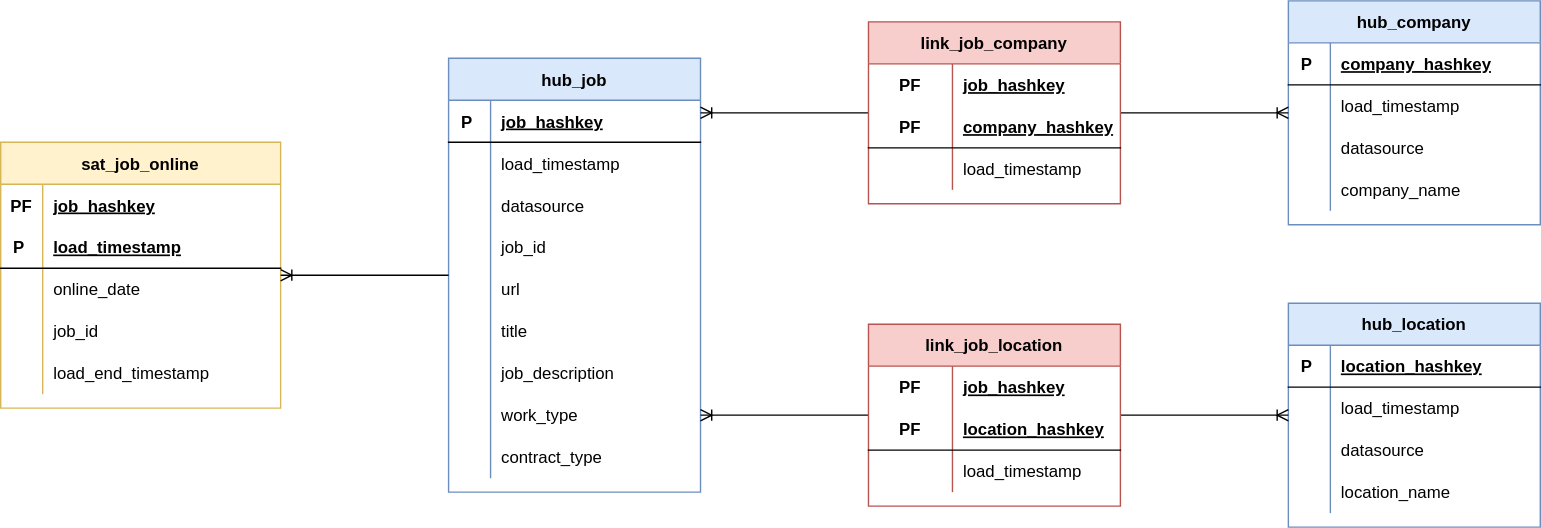
The draw.io diagram doc/data-vault-model.drawio.svg in petracarrion/job-market-analytics, before a commit. Source tidied: cells renumbered, new cells last; positions are measured from the earlier drawing's top-left corner, leaving out a move shared by most shapes.
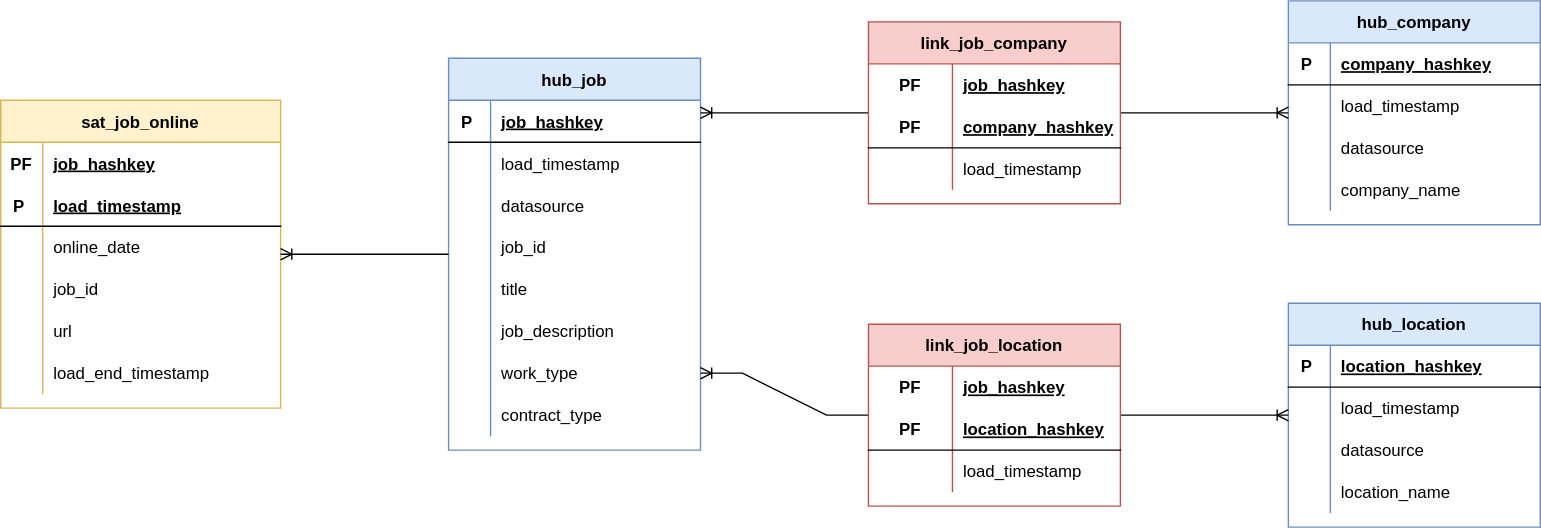
Above is the later version.

The edit, as a diff of the source:
```diff
@@ -3,7 +3,7 @@
     <mxCell id="0" />
     <mxCell id="1" parent="0" />
     <mxCell id="2" value="sat_job_online" style="shape=table;startSize=30;rowLines=0;fontStyle=1;align=center;fillColor=#FFF2CC;strokeColor=#d6b656;swimlaneFillColor=#ffffff;" parent="1" vertex="1">
-      <mxGeometry y="101" width="200" height="190" as="geometry" />
+      <mxGeometry y="71" width="200" height="220" as="geometry" />
     </mxCell>
     <mxCell id="3" style="shape=partialRectangle;fillColor=none;top=0;left=0;bottom=1;right=0;strokeColor=none;" parent="2" vertex="1">
       <mxGeometry y="30" width="200" height="30" as="geometry" />
@@ -41,8 +41,17 @@
     <mxCell id="14" value="job_id" style="shape=partialRectangle;fillColor=none;top=0;left=0;bottom=0;right=0;align=left;spacingLeft=6;overflow=hidden;" parent="12" vertex="1">
       <mxGeometry x="30" width="170" height="30" as="geometry" />
     </mxCell>
+    <mxCell id="97" style="shape=partialRectangle;fillColor=none;top=0;left=0;bottom=0;right=0;" parent="2" vertex="1">
+      <mxGeometry y="150" width="200" height="30" as="geometry" />
+    </mxCell>
+    <mxCell id="32" style="shape=partialRectangle;fillColor=none;top=0;left=0;bottom=0;right=0;overflow=hidden;" parent="97" vertex="1">
+      <mxGeometry width="30" height="30" as="geometry" />
+    </mxCell>
+    <mxCell id="33" value="url" style="shape=partialRectangle;fillColor=none;top=0;left=0;bottom=0;right=0;align=left;spacingLeft=6;overflow=hidden;" parent="97" vertex="1">
+      <mxGeometry x="30" width="170" height="30" as="geometry" />
+    </mxCell>
     <mxCell id="15" style="shape=partialRectangle;fillColor=none;top=0;left=0;bottom=0;right=0;" parent="2" vertex="1">
-      <mxGeometry y="150" width="200" height="30" as="geometry" />
+      <mxGeometry y="180" width="200" height="30" as="geometry" />
     </mxCell>
     <mxCell id="16" style="shape=partialRectangle;fillColor=none;top=0;left=0;bottom=0;right=0;overflow=hidden;" parent="15" vertex="1">
       <mxGeometry width="30" height="30" as="geometry" />
@@ -51,7 +60,7 @@
       <mxGeometry x="30" width="170" height="30" as="geometry" />
     </mxCell>
     <mxCell id="18" value="hub_job" style="shape=table;startSize=30;rowLines=0;fontStyle=1;align=center;fillColor=#dae8fc;strokeColor=#6c8ebf;swimlaneFillColor=#ffffff;" parent="1" vertex="1">
-      <mxGeometry x="320" y="41" width="180" height="310" as="geometry" />
+      <mxGeometry x="320" y="41" width="180" height="280" as="geometry" />
     </mxCell>
     <mxCell id="19" style="shape=partialRectangle;fillColor=none;top=0;left=0;bottom=1;right=0;points=[[0,0.5],[1,0.5]];portConstraint=eastwest;" parent="18" vertex="1">
       <mxGeometry y="30" width="180" height="30" as="geometry" />
@@ -89,17 +98,8 @@
     <mxCell id="30" value="job_id" style="shape=partialRectangle;fillColor=none;top=0;left=0;bottom=0;right=0;align=left;spacingLeft=6;overflow=hidden;" parent="28" vertex="1">
       <mxGeometry x="30" width="150" height="30" as="geometry" />
     </mxCell>
-    <mxCell id="31" style="shape=partialRectangle;fillColor=none;top=0;left=0;bottom=0;right=0;" parent="18" vertex="1">
-      <mxGeometry y="150" width="180" height="30" as="geometry" />
-    </mxCell>
-    <mxCell id="32" style="shape=partialRectangle;fillColor=none;top=0;left=0;bottom=0;right=0;overflow=hidden;" parent="31" vertex="1">
-      <mxGeometry width="30" height="30" as="geometry" />
-    </mxCell>
-    <mxCell id="33" value="url" style="shape=partialRectangle;fillColor=none;top=0;left=0;bottom=0;right=0;align=left;spacingLeft=6;overflow=hidden;" parent="31" vertex="1">
-      <mxGeometry x="30" width="150" height="30" as="geometry" />
-    </mxCell>
     <mxCell id="34" style="shape=partialRectangle;fillColor=none;top=0;left=0;bottom=0;right=0;" parent="18" vertex="1">
-      <mxGeometry y="180" width="180" height="30" as="geometry" />
+      <mxGeometry y="150" width="180" height="30" as="geometry" />
     </mxCell>
     <mxCell id="35" style="shape=partialRectangle;fillColor=none;top=0;left=0;bottom=0;right=0;overflow=hidden;" parent="34" vertex="1">
       <mxGeometry width="30" height="30" as="geometry" />
@@ -108,7 +108,7 @@
       <mxGeometry x="30" width="150" height="30" as="geometry" />
     </mxCell>
     <mxCell id="37" style="shape=partialRectangle;fillColor=none;top=0;left=0;bottom=0;right=0;" parent="18" vertex="1">
-      <mxGeometry y="210" width="180" height="30" as="geometry" />
+      <mxGeometry y="180" width="180" height="30" as="geometry" />
     </mxCell>
     <mxCell id="38" style="shape=partialRectangle;fillColor=none;top=0;left=0;bottom=0;right=0;overflow=hidden;" parent="37" vertex="1">
       <mxGeometry width="30" height="30" as="geometry" />
@@ -117,7 +117,7 @@
       <mxGeometry x="30" width="150" height="30" as="geometry" />
     </mxCell>
     <mxCell id="40" style="shape=partialRectangle;fillColor=none;top=0;left=0;bottom=0;right=0;points=[[0,0.5],[1,0.5]];portConstraint=eastwest;" parent="18" vertex="1">
-      <mxGeometry y="240" width="180" height="30" as="geometry" />
+      <mxGeometry y="210" width="180" height="30" as="geometry" />
     </mxCell>
     <mxCell id="41" style="shape=partialRectangle;fillColor=none;top=0;left=0;bottom=0;right=0;overflow=hidden;" parent="40" vertex="1">
       <mxGeometry width="30" height="30" as="geometry" />
@@ -126,7 +126,7 @@
       <mxGeometry x="30" width="150" height="30" as="geometry" />
     </mxCell>
     <mxCell id="43" style="shape=partialRectangle;fillColor=none;top=0;left=0;bottom=0;right=0;" parent="18" vertex="1">
-      <mxGeometry y="270" width="180" height="30" as="geometry" />
+      <mxGeometry y="240" width="180" height="30" as="geometry" />
     </mxCell>
     <mxCell id="44" style="shape=partialRectangle;fillColor=none;top=0;left=0;bottom=0;right=0;overflow=hidden;" parent="43" vertex="1">
       <mxGeometry width="30" height="30" as="geometry" />
```
